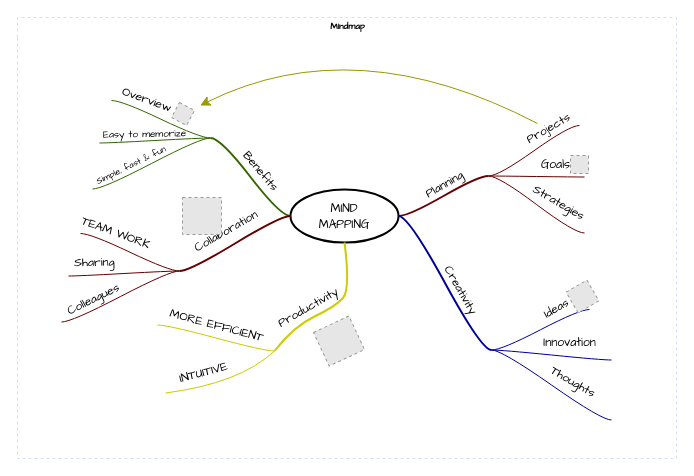
Earlier version of the draw.io diagram 未命名绘图.drawio (fangfang2024/html-portfolio). Source tidied: cells renumbered, new cells numbered last; positions are measured from the earlier drawing's top-left corner, leaving out a move shared by most shapes. Both pictures are drawn from the tidied source at 100%, with x=0, y=0 at pixel (17, 17). Pictures stored in the file or linked from it are replaced by grey dashed boxes.
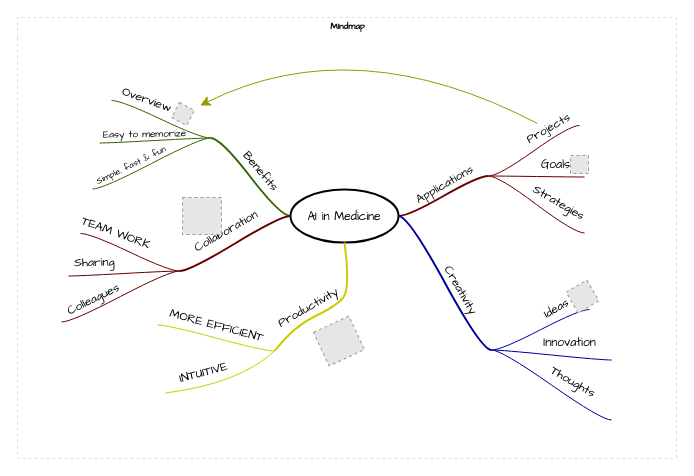
After the change.

Commit message:
Data Science and Medicine.drawio

The change refers to these unchanged cells:
```xml
<mxCell id="2" value="Mindmap" style="swimlane;html=1;startSize=20;horizontal=1;containerType=tree;labelBackgroundColor=none;strokeColor=#D4E1F5;strokeWidth=1;fillColor=none;fontFamily=Comic Sans MS;fontSize=9;swimlaneLine=0;dashed=1;" parent="1" vertex="1">
  <mxGeometry width="659" height="441" as="geometry" />
</mxCell>
<mxCell id="5" style="edgeStyle=entityRelationEdgeStyle;startArrow=none;endArrow=none;segment=10;curved=1;strokeWidth=2;strokeColor=#660000;rounded=0;fontSize=12;startSize=8;endSize=8;" parent="2" edge="1" source="3" target="4">
  <mxGeometry relative="1" as="geometry" />
</mxCell>
```

Change to the diagram source:
```diff
@@
-    <mxCell id="3" value="&lt;font face=&quot;Comic Sans MS&quot;&gt;MIND&lt;br&gt;MAPPING&lt;/font&gt;" style="ellipse;whiteSpace=wrap;html=1;align=center;strokeWidth=2;" parent="2" vertex="1">
+    <mxCell id="3" value="&lt;font face=&quot;Comic Sans MS&quot;&gt;AI in Medicine&lt;/font&gt;" style="ellipse;whiteSpace=wrap;html=1;align=center;strokeWidth=2;" parent="2" vertex="1">
       <mxGeometry x="273" y="172" width="108" height="53" as="geometry" />
     </mxCell>
@@
-    <mxCell id="6" value="Planning" style="text;html=1;align=center;verticalAlign=middle;labelBackgroundColor=none;rotation=-30;fontFamily=Comic Sans MS;" parent="5" vertex="1">
+    <mxCell id="6" value="Applications" style="text;html=1;align=center;verticalAlign=middle;labelBackgroundColor=none;rotation=-30;fontFamily=Comic Sans MS;" parent="5" vertex="1">
       <mxGeometry x="0.02" y="2" relative="1" as="geometry">
         <mxPoint x="1" y="-9" as="offset" />
       </mxGeometry>
     </mxCell>
```
